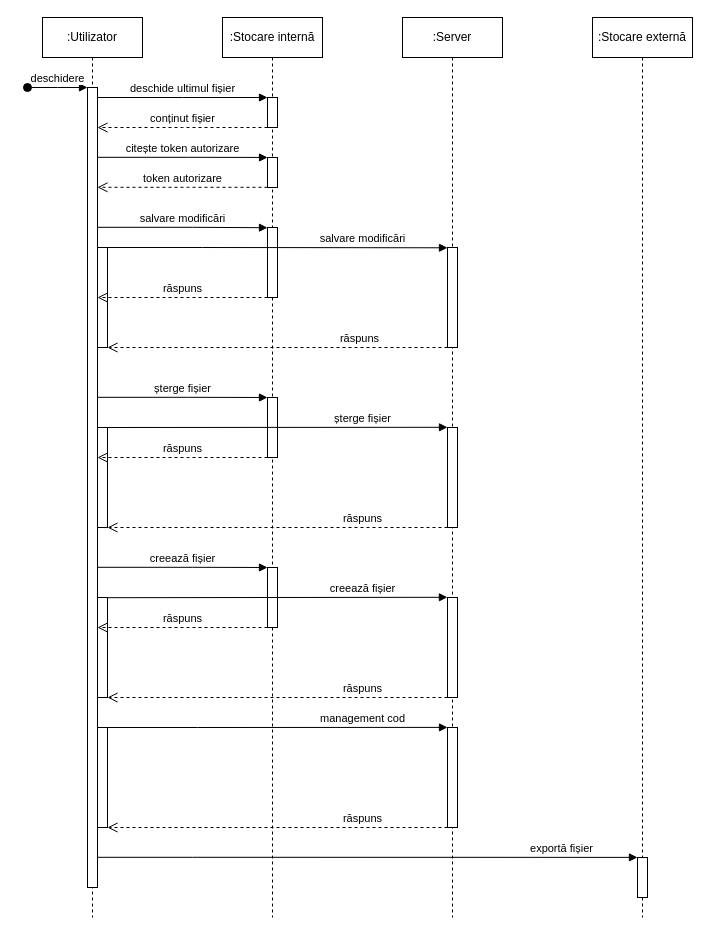
This is docs/sequence_diagram.drawio from moldovanedy/SimpleTextEditor, a draw.io file, before an edit. Source tidied: cells renumbered, new cells numbered last; positions are measured from the earlier drawing's top-left corner, leaving out a move shared by most shapes. Both pictures are drawn from the tidied source at 100%, with x=0, y=0 at pixel (27, 17).
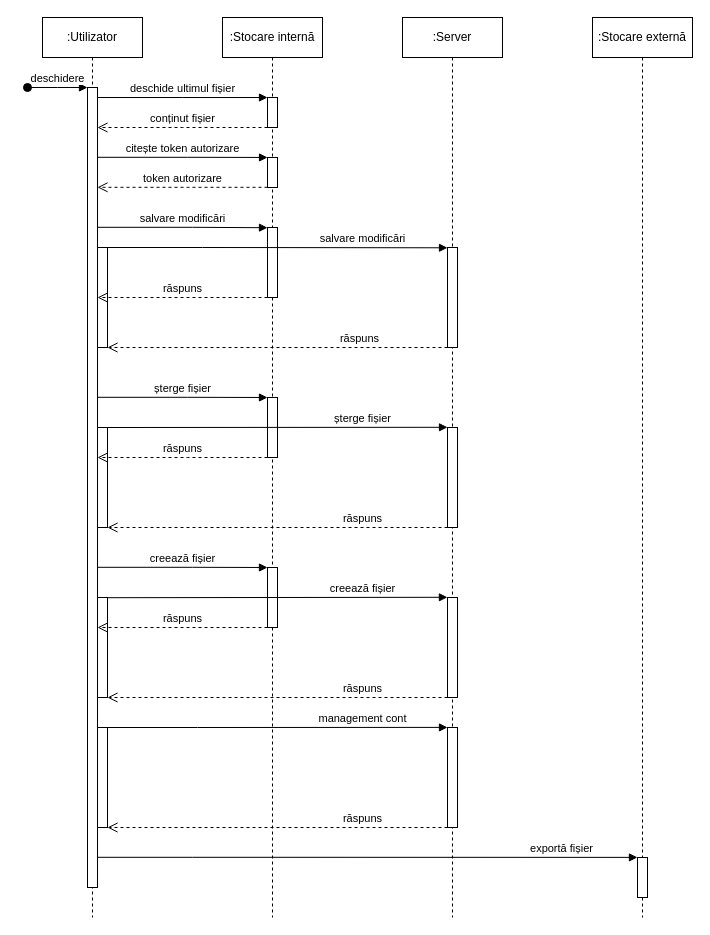
The same page after the edit.

Unchanged cells that the change refers to:
```xml
<mxCell id="23" style="html=1;points=[];perimeter=orthogonalPerimeter;outlineConnect=0;targetShapes=umlLifeline;portConstraint=eastwest;newEdgeStyle={&quot;edgeStyle&quot;:&quot;elbowEdgeStyle&quot;,&quot;elbow&quot;:&quot;vertical&quot;,&quot;curved&quot;:0,&quot;rounded&quot;:0};" parent="19" vertex="1">
  <mxGeometry x="45" y="710" width="10" height="100" as="geometry" />
</mxCell>
```

Diff of the diagram source:
```diff
@@
-    <mxCell id="38" value="management cod" style="html=1;verticalAlign=bottom;endArrow=block;edgeStyle=elbowEdgeStyle;elbow=horizontal;curved=0;rounded=0;targetPortConstraint=north;entryX=0;entryY=-0.001;entryDx=0;entryDy=0;entryPerimeter=0;" parent="1" edge="1" target="23">
+    <mxCell id="38" value="management cont" style="html=1;verticalAlign=bottom;endArrow=block;edgeStyle=elbowEdgeStyle;elbow=horizontal;curved=0;rounded=0;targetPortConstraint=north;entryX=0;entryY=-0.001;entryDx=0;entryDy=0;entryPerimeter=0;" parent="1" edge="1" target="23">
       <mxGeometry x="0.5" relative="1" as="geometry">
         <mxPoint x="80" y="710" as="sourcePoint" />
         <Array as="points">
           <mxPoint x="170" y="709.8" />
         </Array>
       </mxGeometry>
     </mxCell>
```
